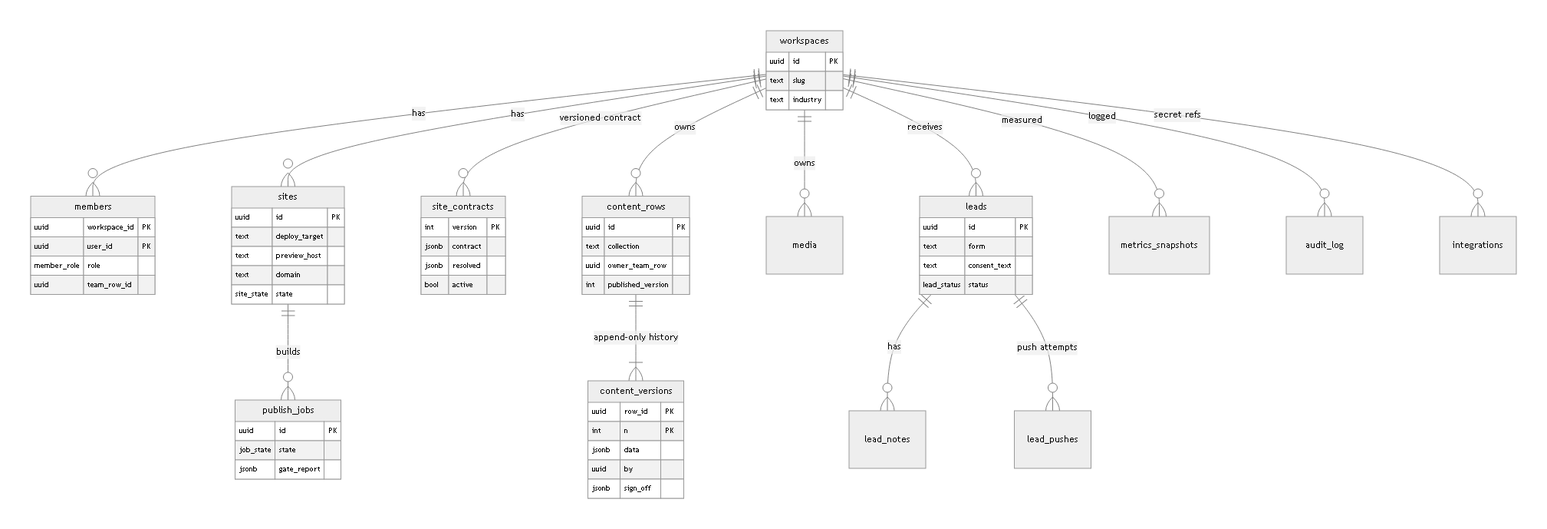
The Mermaid diagram docs/blueprint/diagrams/10-erd.png in Omnikom-platform/omnikom-platform, before a commit. Its source is kept beside it as docs/blueprint/diagrams/10-erd.mmd.
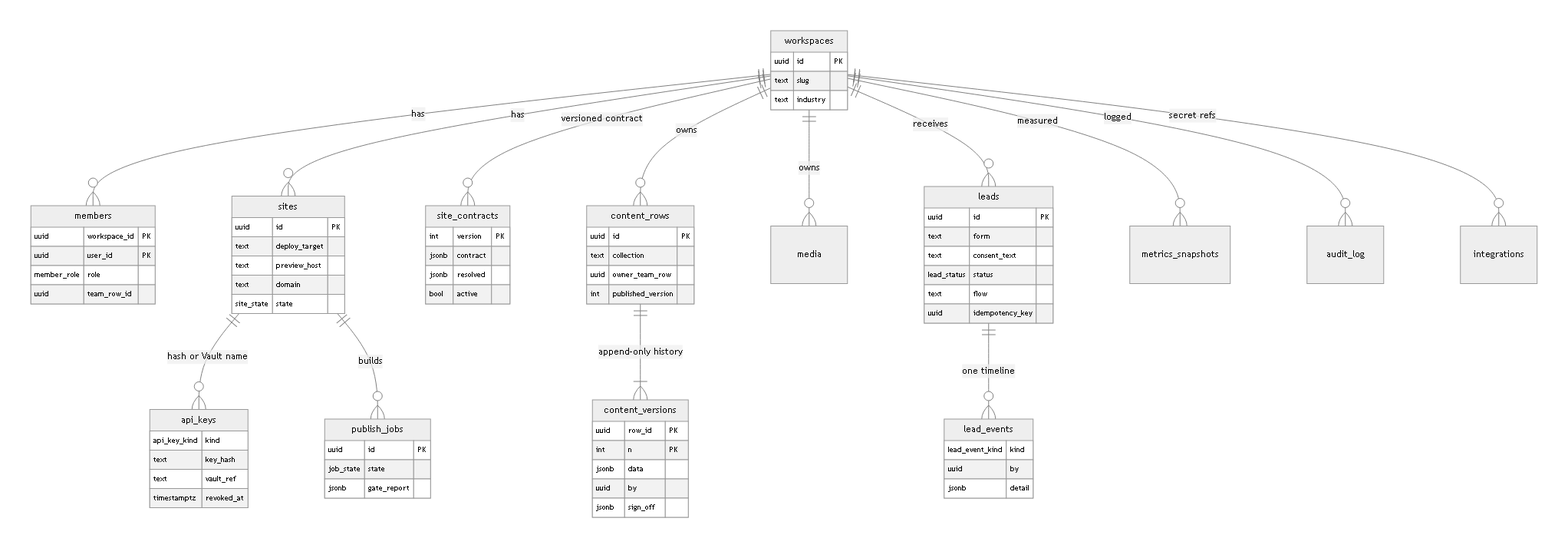
The same diagram one commit later.

Diff of the diagram source:
```diff
@@ -6,8 +6,8 @@
   content_rows ||--|{ content_versions : "append-only history"
   workspaces ||--o{ media : owns
   workspaces ||--o{ leads : receives
-  leads ||--o{ lead_notes : has
-  leads ||--o{ lead_pushes : "push attempts"
+  leads ||--o{ lead_events : "one timeline"
+  sites ||--o{ api_keys : "hash or Vault name"
   sites ||--o{ publish_jobs : builds
   workspaces ||--o{ metrics_snapshots : measured
   workspaces ||--o{ audit_log : logged
@@ -54,6 +54,19 @@
     text form
     text consent_text
     lead_status status
+    text flow
+    uuid idempotency_key
+  }
+  lead_events {
+    lead_event_kind kind
+    uuid by
+    jsonb detail
+  }
+  api_keys {
+    api_key_kind kind
+    text key_hash
+    text vault_ref
+    timestamptz revoked_at
   }
   publish_jobs {
     uuid id PK
```
